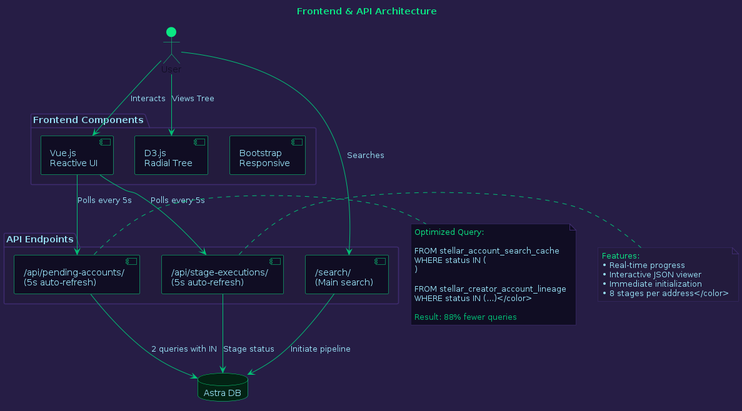
Before: diagrams/Frontend & API Layer.png, a diagram exported from PlantUML (areveur51/StellarMapWeb).
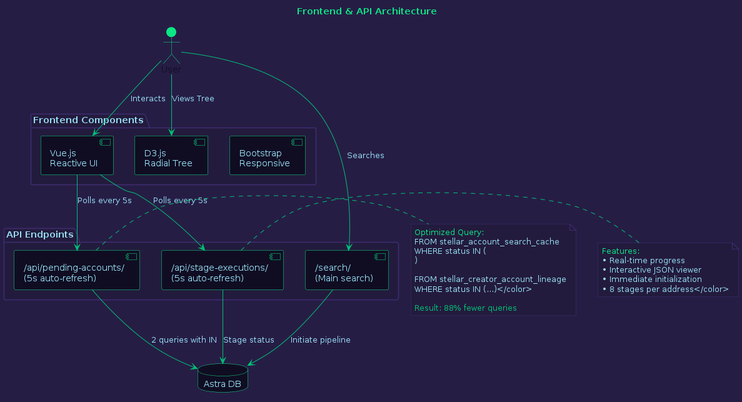
Later version of the same file.

The edit, as a diff of the source:
```diff
@@ -11,7 +11,7 @@
 }
 
 skinparam database {
-  BackgroundColor #032314
+  BackgroundColor #100D23
   BorderColor #0BE784
   FontColor #96DDF2
 }
@@ -29,7 +29,7 @@
 }
 
 skinparam note {
-  BackgroundColor #100D23
+  BackgroundColor #231B3D
   BorderColor #3f2c70
   FontColor #96DDF2
 }
@@ -61,9 +61,8 @@
 StagesAPI -[#01C176]-> DB : "Stage status"
 SearchAPI -[#01C176]-> DB : "Initiate pipeline"
 
-note right of PendingAPI #100D23
+note right of PendingAPI #231B3D
   <color:#0BE784>Optimized Query:</color>
-
   <color:#96DDF2>FROM stellar_account_search_cache
   WHERE status IN (
   )
```
